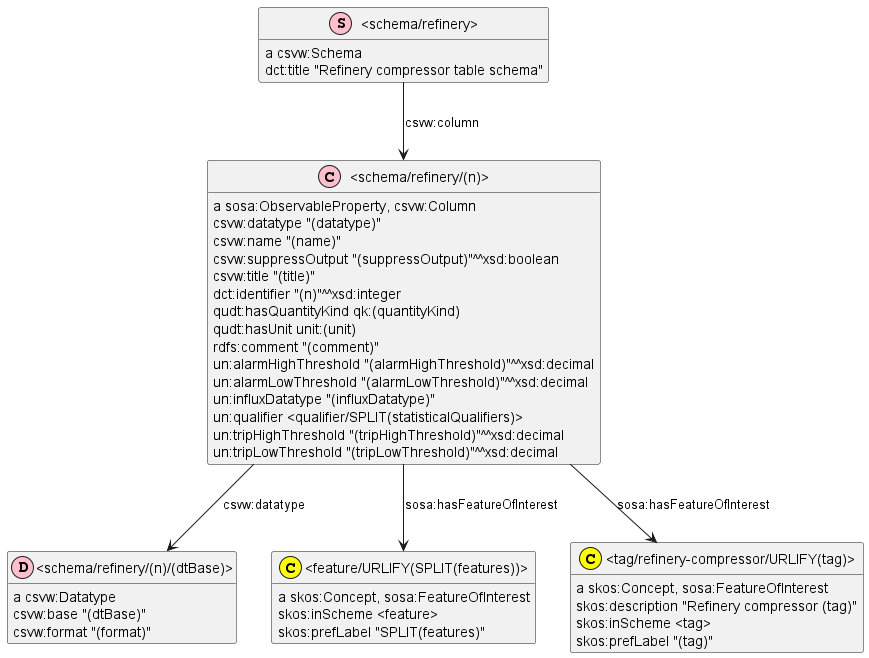
Above: schema-refinery.png in underpin-project/model (PlantUML), before the change.
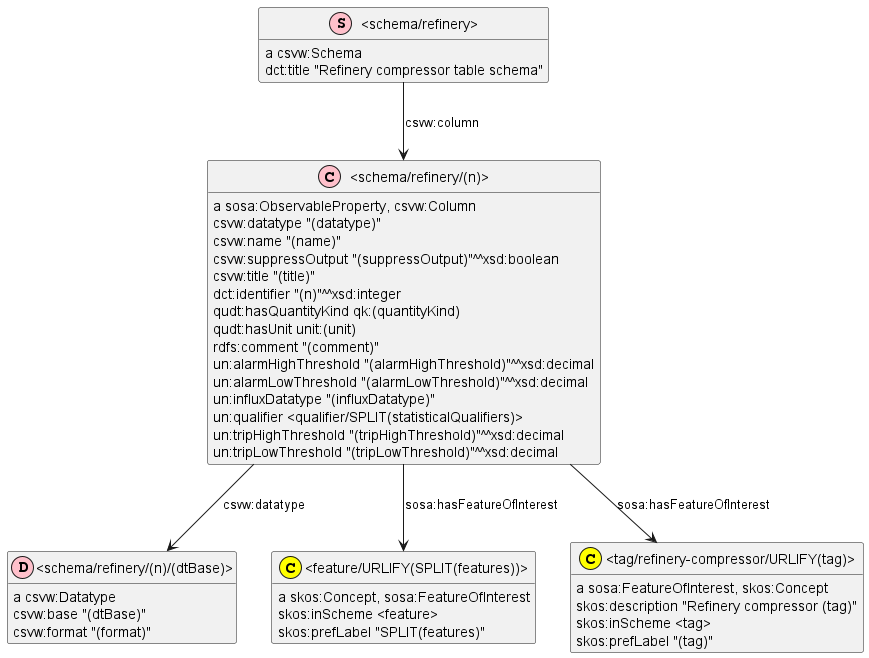
The same diagram one commit later.

Change to the diagram source:
```diff
@@ -17,9 +17,15 @@
 class _tag_refinery_compressor_URLIFY_tag_ as "<tag/refinery-compressor/URLIFY(tag)>"
 class _tag_refinery_compressor_URLIFY_tag_ <<(C,yellow)>>
 show _tag_refinery_compressor_URLIFY_tag_ circle
+_feature_URLIFY_SPLIT_features_ : {field} a skos:Concept, sosa:FeatureOfInterest
+_feature_URLIFY_SPLIT_features_ : {field} skos:inScheme <feature>
+_feature_URLIFY_SPLIT_features_ : {field} skos:prefLabel "SPLIT(features)"
+_schema_refinery_n_dtBase_ : {field} a csvw:Datatype
+_schema_refinery_n_dtBase_ : {field} csvw:base "(dtBase)"
+_schema_refinery_n_dtBase_ : {field} csvw:format "(format)"
 _schema_refinery_n_ : {field} a sosa:ObservableProperty, csvw:Column
+_schema_refinery_n_ -down-> _feature_URLIFY_SPLIT_features_ : sosa:hasFeatureOfInterest
 _schema_refinery_n_ -down-> _schema_refinery_n_dtBase_ : csvw:datatype
-_schema_refinery_n_ -down-> _feature_URLIFY_SPLIT_features_ : sosa:hasFeatureOfInterest
 _schema_refinery_n_ -down-> _tag_refinery_compressor_URLIFY_tag_ : sosa:hasFeatureOfInterest
 _schema_refinery_n_ : {field} csvw:datatype "(datatype)"
 _schema_refinery_n_ : {field} csvw:name "(name)"
@@ -35,17 +41,11 @@
 _schema_refinery_n_ : {field} un:qualifier <qualifier/SPLIT(statisticalQualifiers)>
 _schema_refinery_n_ : {field} un:tripHighThreshold "(tripHighThreshold)"^^xsd:decimal
 _schema_refinery_n_ : {field} un:tripLowThreshold "(tripLowThreshold)"^^xsd:decimal
-_tag_refinery_compressor_URLIFY_tag_ : {field} a skos:Concept, sosa:FeatureOfInterest
+_schema_refinery_ : {field} a csvw:Schema
+_schema_refinery_ -down-> _schema_refinery_n_ : csvw:column
+_schema_refinery_ : {field} dct:title "Refinery compressor table schema"
+_tag_refinery_compressor_URLIFY_tag_ : {field} a sosa:FeatureOfInterest, skos:Concept
 _tag_refinery_compressor_URLIFY_tag_ : {field} skos:description "Refinery compressor (tag)"
 _tag_refinery_compressor_URLIFY_tag_ : {field} skos:inScheme <tag>
 _tag_refinery_compressor_URLIFY_tag_ : {field} skos:prefLabel "(tag)"
-_schema_refinery_ : {field} a csvw:Schema
-_schema_refinery_ -down-> _schema_refinery_n_ : csvw:column
-_schema_refinery_ : {field} dct:title "Refinery compressor table schema"
-_feature_URLIFY_SPLIT_features_ : {field} a skos:Concept, sosa:FeatureOfInterest
-_feature_URLIFY_SPLIT_features_ : {field} skos:inScheme <feature>
-_feature_URLIFY_SPLIT_features_ : {field} skos:prefLabel "SPLIT(features)"
-_schema_refinery_n_dtBase_ : {field} a csvw:Datatype
-_schema_refinery_n_dtBase_ : {field} csvw:base "(dtBase)"
-_schema_refinery_n_dtBase_ : {field} csvw:format "(format)"
 @enduml
```
